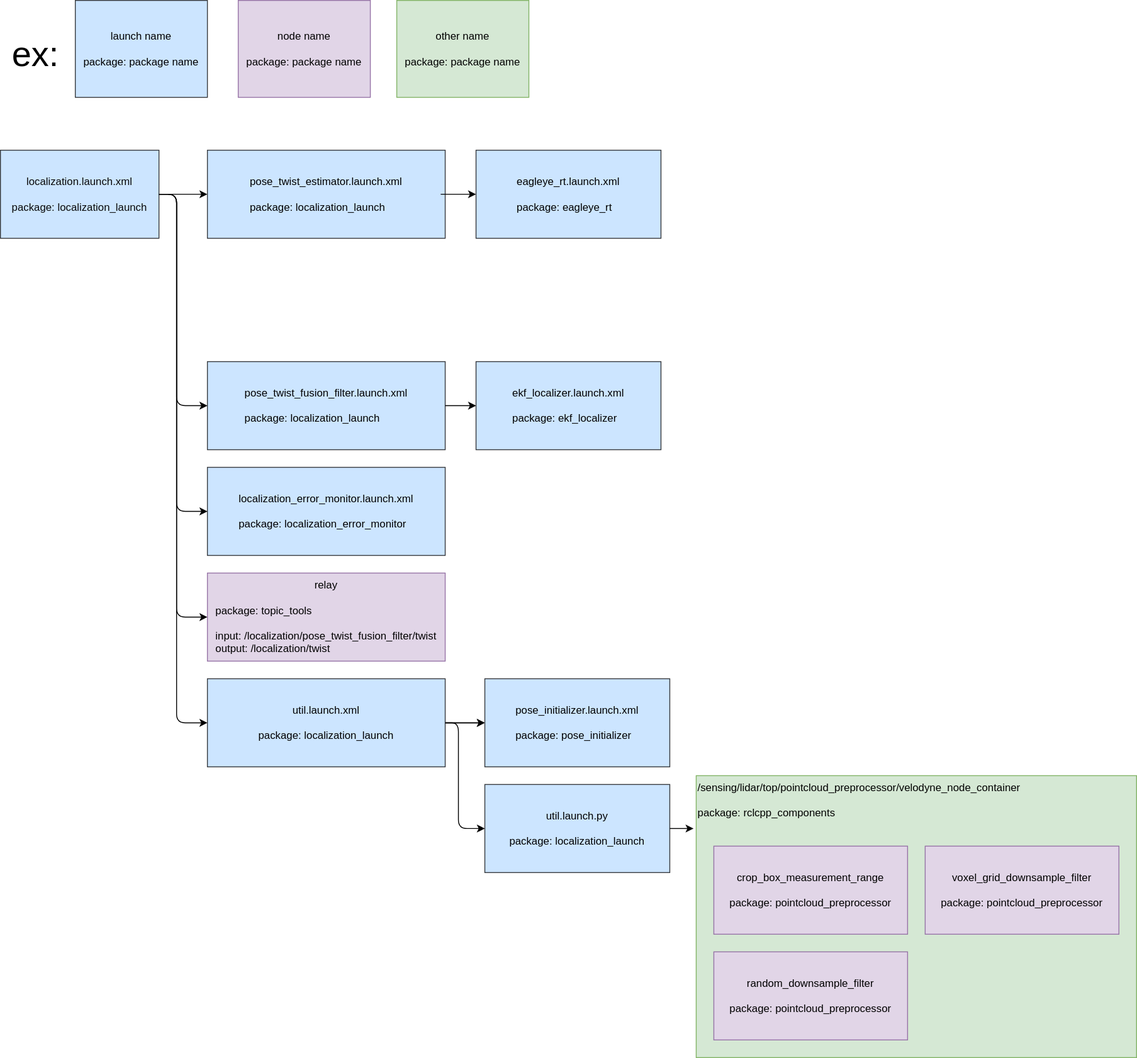
The draw.io diagram launch/map4_localization_launch/eagleye_pose_twist_localization_launch/localization_launch.drawio.svg in autowarefoundation/autoware.universe, before a commit. Source tidied: cells renumbered, new cells last; positions are measured from the earlier drawing's top-left corner, leaving out a move shared by most shapes. The source it was exported from:
```xml
<mxGraphModel>
  <root>
    <mxCell id="0" />
    <mxCell id="1" parent="0" />
    <mxCell id="2" value="/sensing/lidar/top/pointcloud_preprocessor/velodyne_node_container&lt;br&gt;&lt;br&gt;&lt;div&gt;&lt;span&gt;package: rclcpp_components&lt;/span&gt;&lt;/div&gt;" style="rounded=0;whiteSpace=wrap;html=1;fillColor=#d5e8d4;strokeColor=#82b366;fontColor=#000000;verticalAlign=top;align=left;" parent="1" vertex="1">
      <mxGeometry x="790" y="880" width="500" height="320" as="geometry" />
    </mxCell>
    <mxCell id="3" value="localization.launch.xml&lt;br&gt;&lt;br&gt;&lt;div&gt;&lt;span&gt;package: localization&lt;/span&gt;&lt;span&gt;_launch&lt;/span&gt;&lt;/div&gt;" style="rounded=0;whiteSpace=wrap;html=1;fillColor=#cce5ff;strokeColor=#36393d;fontColor=#0A0A0A;verticalAlign=middle;align=center;" parent="1" vertex="1">
      <mxGeometry y="170" width="180" height="100" as="geometry" />
    </mxCell>
    <mxCell id="4" style="edgeStyle=orthogonalEdgeStyle;rounded=0;jettySize=auto;html=1;" parent="1" edge="1" source="6" target="25">
      <mxGeometry relative="1" as="geometry" />
    </mxCell>
    <mxCell id="5" style="edgeStyle=orthogonalEdgeStyle;rounded=0;jettySize=auto;html=1;" parent="1" edge="1" source="6" target="25">
      <mxGeometry relative="1" as="geometry" />
    </mxCell>
    <mxCell id="6" value="util.launch.xml&lt;br&gt;&lt;br&gt;&lt;div style=&quot;text-align: left&quot;&gt;package: localization_launch&lt;/div&gt;" style="rounded=0;whiteSpace=wrap;html=1;fillColor=#cce5ff;strokeColor=#36393d;fontColor=#000000;" parent="1" vertex="1">
      <mxGeometry x="235" y="770" width="270" height="100" as="geometry" />
    </mxCell>
    <mxCell id="7" style="endArrow=classic;html=1;exitX=1;exitY=0.5;exitDx=0;exitDy=0;entryX=0;entryY=0.5;entryDx=0;entryDy=0;" parent="1" edge="1" source="3" target="6">
      <mxGeometry relative="1" as="geometry">
        <Array as="points">
          <mxPoint x="200" y="220" />
          <mxPoint x="200" y="820" />
        </Array>
      </mxGeometry>
    </mxCell>
    <mxCell id="8" style="endArrow=classic;html=1;exitX=1;exitY=0.5;exitDx=0;exitDy=0;entryX=0;entryY=0.5;entryDx=0;entryDy=0;" parent="1" edge="1" source="3" target="9">
      <mxGeometry relative="1" as="geometry">
        <Array as="points">
          <mxPoint x="200" y="220" />
        </Array>
      </mxGeometry>
    </mxCell>
    <mxCell id="9" value="pose_twist_estimator.launch.xml&lt;br&gt;&lt;br&gt;&lt;div style=&quot;text-align: left&quot;&gt;&lt;span&gt;package: localization_launch&lt;/span&gt;&lt;/div&gt;" style="rounded=0;whiteSpace=wrap;html=1;fillColor=#cce5ff;strokeColor=#36393d;fontColor=#000000;" parent="1" vertex="1">
      <mxGeometry x="235" y="170" width="270" height="100" as="geometry" />
    </mxCell>
    <mxCell id="10" style="edgeStyle=none;rounded=0;orthogonalLoop=1;jettySize=auto;html=1;entryX=1;entryY=0.5;entryDx=0;entryDy=0;" parent="1" edge="1">
      <mxGeometry relative="1" as="geometry">
        <mxPoint x="1200" y="605" as="sourcePoint" />
        <mxPoint x="1200" y="605" as="targetPoint" />
      </mxGeometry>
    </mxCell>
    <mxCell id="11" value="launch name&lt;br&gt;&lt;br&gt;&lt;div style=&quot;text-align: left&quot;&gt;&lt;span&gt;package: package name&lt;/span&gt;&lt;/div&gt;" style="rounded=0;whiteSpace=wrap;html=1;fillColor=#cce5ff;strokeColor=#36393d;fontColor=#000000;" parent="1" vertex="1">
      <mxGeometry x="85" width="150" height="110" as="geometry" />
    </mxCell>
    <mxCell id="12" value="ex:" style="text;html=1;strokeColor=none;fillColor=none;align=center;verticalAlign=middle;whiteSpace=wrap;rounded=0;fontSize=40;" parent="1" vertex="1">
      <mxGeometry x="20" y="50" width="40" height="20" as="geometry" />
    </mxCell>
    <mxCell id="13" value="node name&lt;br&gt;&lt;br&gt;&lt;div style=&quot;text-align: left&quot;&gt;&lt;span&gt;package: package name&lt;/span&gt;&lt;/div&gt;" style="rounded=0;whiteSpace=wrap;html=1;fillColor=#e1d5e7;strokeColor=#9673a6;fontColor=#000000;" parent="1" vertex="1">
      <mxGeometry x="270" width="150" height="110" as="geometry" />
    </mxCell>
    <mxCell id="14" value="other name&lt;br&gt;&lt;br&gt;&lt;div style=&quot;text-align: left&quot;&gt;&lt;span&gt;package: package name&lt;/span&gt;&lt;/div&gt;" style="rounded=0;whiteSpace=wrap;html=1;fillColor=#d5e8d4;strokeColor=#82b366;fontColor=#000000;" parent="1" vertex="1">
      <mxGeometry x="450" width="150" height="110" as="geometry" />
    </mxCell>
    <mxCell id="15" value="pose_twist_fusion_filter.launch.xml&lt;br&gt;&lt;br&gt;&lt;div style=&quot;text-align: left&quot;&gt;&lt;span&gt;package: localization_launch&lt;/span&gt;&lt;/div&gt;" style="rounded=0;whiteSpace=wrap;html=1;fillColor=#cce5ff;strokeColor=#36393d;fontColor=#000000;" parent="1" vertex="1">
      <mxGeometry x="235" y="410" width="270" height="100" as="geometry" />
    </mxCell>
    <mxCell id="16" style="endArrow=classic;html=1;exitX=1;exitY=0.5;exitDx=0;exitDy=0;entryX=0;entryY=0.5;entryDx=0;entryDy=0;" parent="1" edge="1" source="3" target="15">
      <mxGeometry relative="1" as="geometry">
        <Array as="points">
          <mxPoint x="200" y="220" />
          <mxPoint x="200" y="460" />
        </Array>
      </mxGeometry>
    </mxCell>
    <mxCell id="17" value="localization_error_monitor.launch.xml&lt;br&gt;&lt;br&gt;&lt;div style=&quot;text-align: left&quot;&gt;&lt;span&gt;package: localization_error_monitor&lt;/span&gt;&lt;/div&gt;" style="rounded=0;whiteSpace=wrap;html=1;fillColor=#cce5ff;strokeColor=#36393d;fontColor=#000000;" parent="1" vertex="1">
      <mxGeometry x="235" y="530" width="270" height="100" as="geometry" />
    </mxCell>
    <mxCell id="18" style="endArrow=classic;html=1;exitX=1;exitY=0.5;exitDx=0;exitDy=0;entryX=0;entryY=0.5;entryDx=0;entryDy=0;" parent="1" edge="1" source="3" target="17">
      <mxGeometry relative="1" as="geometry">
        <Array as="points">
          <mxPoint x="200" y="220" />
          <mxPoint x="200" y="580" />
        </Array>
      </mxGeometry>
    </mxCell>
    <mxCell id="19" value="relay&lt;br&gt;&lt;br&gt;&lt;div style=&quot;text-align: left&quot;&gt;&lt;span&gt;package: topic_tools&lt;/span&gt;&lt;/div&gt;&lt;div style=&quot;text-align: left&quot;&gt;&lt;span&gt;&lt;br&gt;&lt;/span&gt;&lt;/div&gt;&lt;div style=&quot;text-align: left&quot;&gt;&lt;span&gt;input: /localization/pose_twist_fusion_filter/twist&lt;/span&gt;&lt;/div&gt;&lt;div style=&quot;text-align: left&quot;&gt;&lt;span&gt;output: /localization/twist&lt;/span&gt;&lt;/div&gt;" style="rounded=0;whiteSpace=wrap;html=1;fillColor=#e1d5e7;strokeColor=#9673a6;fontColor=#000000;" parent="1" vertex="1">
      <mxGeometry x="235" y="650" width="270" height="100" as="geometry" />
    </mxCell>
    <mxCell id="20" style="endArrow=classic;html=1;exitX=1;exitY=0.5;exitDx=0;exitDy=0;entryX=0;entryY=0.5;entryDx=0;entryDy=0;" parent="1" edge="1" source="3" target="19">
      <mxGeometry relative="1" as="geometry">
        <Array as="points">
          <mxPoint x="200" y="220" />
          <mxPoint x="200" y="700" />
        </Array>
      </mxGeometry>
    </mxCell>
    <mxCell id="21" value="eagleye_rt.launch.xml&lt;br&gt;&lt;br&gt;&lt;div style=&quot;text-align: left&quot;&gt;&lt;span&gt;package: eagleye_rt&lt;/span&gt;&lt;/div&gt;" style="rounded=0;whiteSpace=wrap;html=1;fillColor=#cce5ff;strokeColor=#36393d;fontColor=#000000;" parent="1" vertex="1">
      <mxGeometry x="540" y="170" width="210" height="100" as="geometry" />
    </mxCell>
    <mxCell id="22" style="endArrow=classic;html=1;exitX=0.981;exitY=0.5;exitDx=0;exitDy=0;entryX=0;entryY=0.5;entryDx=0;entryDy=0;exitPerimeter=0;" parent="1" edge="1" source="9" target="21">
      <mxGeometry relative="1" as="geometry" />
    </mxCell>
    <mxCell id="23" value="ekf_localizer.launch.xml&lt;br&gt;&lt;br&gt;&lt;div style=&quot;text-align: left&quot;&gt;&lt;span&gt;package: ekf_localizer&lt;/span&gt;&lt;/div&gt;" style="rounded=0;whiteSpace=wrap;html=1;fillColor=#cce5ff;strokeColor=#36393d;fontColor=#000000;" parent="1" vertex="1">
      <mxGeometry x="540" y="410" width="210" height="100" as="geometry" />
    </mxCell>
    <mxCell id="24" style="edgeStyle=orthogonalEdgeStyle;rounded=0;jettySize=auto;html=1;exitX=1;exitY=0.5;exitDx=0;exitDy=0;" parent="1" edge="1" source="15" target="23">
      <mxGeometry relative="1" as="geometry" />
    </mxCell>
    <mxCell id="25" value="pose_initializer.launch.xml&lt;br&gt;&lt;br&gt;&lt;div style=&quot;text-align: left&quot;&gt;&lt;span&gt;package: pose_initializer&lt;/span&gt;&lt;/div&gt;" style="rounded=0;whiteSpace=wrap;html=1;fillColor=#cce5ff;strokeColor=#36393d;fontColor=#000000;" parent="1" vertex="1">
      <mxGeometry x="550" y="770" width="210" height="100" as="geometry" />
    </mxCell>
    <mxCell id="26" value="util.launch.py&lt;br&gt;&lt;br&gt;&lt;div style=&quot;text-align: left&quot;&gt;&lt;span&gt;package: localization_launch&lt;/span&gt;&lt;/div&gt;" style="rounded=0;whiteSpace=wrap;html=1;fillColor=#cce5ff;strokeColor=#36393d;fontColor=#000000;" parent="1" vertex="1">
      <mxGeometry x="550" y="890" width="210" height="100" as="geometry" />
    </mxCell>
    <mxCell id="27" style="endArrow=classic;html=1;exitX=1;exitY=0.5;exitDx=0;exitDy=0;entryX=0;entryY=0.5;entryDx=0;entryDy=0;" parent="1" edge="1" source="6" target="26">
      <mxGeometry relative="1" as="geometry">
        <Array as="points">
          <mxPoint x="520" y="820" />
          <mxPoint x="520" y="940" />
        </Array>
      </mxGeometry>
    </mxCell>
    <mxCell id="28" value="crop_box_measurement_range&lt;br&gt;&lt;br&gt;&lt;div style=&quot;text-align: left&quot;&gt;&lt;span&gt;package: pointcloud_preprocessor&lt;/span&gt;&lt;/div&gt;" style="rounded=0;whiteSpace=wrap;html=1;fillColor=#e1d5e7;strokeColor=#9673a6;fontColor=#000000;" parent="1" vertex="1">
      <mxGeometry x="810" y="960" width="220" height="100" as="geometry" />
    </mxCell>
    <mxCell id="29" value="voxel_grid_downsample_filter&lt;br&gt;&lt;br&gt;&lt;div style=&quot;text-align: left&quot;&gt;&lt;span&gt;package: pointcloud_preprocessor&lt;/span&gt;&lt;/div&gt;" style="rounded=0;whiteSpace=wrap;html=1;fillColor=#e1d5e7;strokeColor=#9673a6;fontColor=#000000;" parent="1" vertex="1">
      <mxGeometry x="1050" y="960" width="220" height="100" as="geometry" />
    </mxCell>
    <mxCell id="30" value="random_downsample_filter&lt;br&gt;&lt;br&gt;&lt;div style=&quot;text-align: left&quot;&gt;&lt;span&gt;package: pointcloud_preprocessor&lt;/span&gt;&lt;/div&gt;" style="rounded=0;whiteSpace=wrap;html=1;fillColor=#e1d5e7;strokeColor=#9673a6;fontColor=#000000;" parent="1" vertex="1">
      <mxGeometry x="810" y="1080" width="220" height="100" as="geometry" />
    </mxCell>
    <mxCell id="31" style="edgeStyle=orthogonalEdgeStyle;rounded=0;jettySize=auto;html=1;exitX=1;exitY=0.5;exitDx=0;exitDy=0;" parent="1" edge="1" source="26">
      <mxGeometry relative="1" as="geometry">
        <mxPoint x="787" y="940" as="targetPoint" />
      </mxGeometry>
    </mxCell>
  </root>
</mxGraphModel>
```
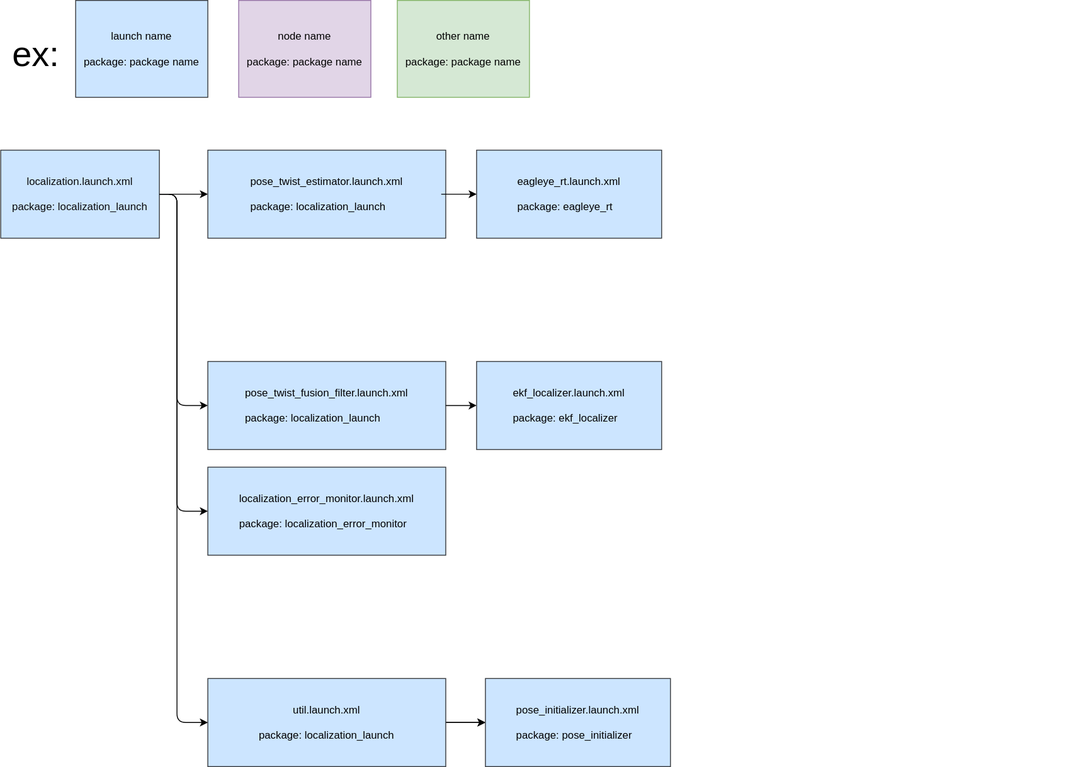
The same diagram one commit later.

Change to the diagram source:
```diff
@@ -2,9 +2,6 @@
   <root>
     <mxCell id="0" />
     <mxCell id="1" parent="0" />
-    <mxCell id="2" value="/sensing/lidar/top/pointcloud_preprocessor/velodyne_node_container&lt;br&gt;&lt;br&gt;&lt;div&gt;&lt;span&gt;package: rclcpp_components&lt;/span&gt;&lt;/div&gt;" style="rounded=0;whiteSpace=wrap;html=1;fillColor=#d5e8d4;strokeColor=#82b366;fontColor=#000000;verticalAlign=top;align=left;" parent="1" vertex="1">
-      <mxGeometry x="790" y="880" width="500" height="320" as="geometry" />
-    </mxCell>
     <mxCell id="3" value="localization.launch.xml&lt;br&gt;&lt;br&gt;&lt;div&gt;&lt;span&gt;package: localization&lt;/span&gt;&lt;span&gt;_launch&lt;/span&gt;&lt;/div&gt;" style="rounded=0;whiteSpace=wrap;html=1;fillColor=#cce5ff;strokeColor=#36393d;fontColor=#0A0A0A;verticalAlign=middle;align=center;" parent="1" vertex="1">
       <mxGeometry y="170" width="180" height="100" as="geometry" />
     </mxCell>
@@ -75,17 +72,6 @@
         </Array>
       </mxGeometry>
     </mxCell>
-    <mxCell id="19" value="relay&lt;br&gt;&lt;br&gt;&lt;div style=&quot;text-align: left&quot;&gt;&lt;span&gt;package: topic_tools&lt;/span&gt;&lt;/div&gt;&lt;div style=&quot;text-align: left&quot;&gt;&lt;span&gt;&lt;br&gt;&lt;/span&gt;&lt;/div&gt;&lt;div style=&quot;text-align: left&quot;&gt;&lt;span&gt;input: /localization/pose_twist_fusion_filter/twist&lt;/span&gt;&lt;/div&gt;&lt;div style=&quot;text-align: left&quot;&gt;&lt;span&gt;output: /localization/twist&lt;/span&gt;&lt;/div&gt;" style="rounded=0;whiteSpace=wrap;html=1;fillColor=#e1d5e7;strokeColor=#9673a6;fontColor=#000000;" parent="1" vertex="1">
-      <mxGeometry x="235" y="650" width="270" height="100" as="geometry" />
-    </mxCell>
-    <mxCell id="20" style="endArrow=classic;html=1;exitX=1;exitY=0.5;exitDx=0;exitDy=0;entryX=0;entryY=0.5;entryDx=0;entryDy=0;" parent="1" edge="1" source="3" target="19">
-      <mxGeometry relative="1" as="geometry">
-        <Array as="points">
-          <mxPoint x="200" y="220" />
-          <mxPoint x="200" y="700" />
-        </Array>
-      </mxGeometry>
-    </mxCell>
     <mxCell id="21" value="eagleye_rt.launch.xml&lt;br&gt;&lt;br&gt;&lt;div style=&quot;text-align: left&quot;&gt;&lt;span&gt;package: eagleye_rt&lt;/span&gt;&lt;/div&gt;" style="rounded=0;whiteSpace=wrap;html=1;fillColor=#cce5ff;strokeColor=#36393d;fontColor=#000000;" parent="1" vertex="1">
       <mxGeometry x="540" y="170" width="210" height="100" as="geometry" />
     </mxCell>
@@ -101,30 +87,5 @@
     <mxCell id="25" value="pose_initializer.launch.xml&lt;br&gt;&lt;br&gt;&lt;div style=&quot;text-align: left&quot;&gt;&lt;span&gt;package: pose_initializer&lt;/span&gt;&lt;/div&gt;" style="rounded=0;whiteSpace=wrap;html=1;fillColor=#cce5ff;strokeColor=#36393d;fontColor=#000000;" parent="1" vertex="1">
       <mxGeometry x="550" y="770" width="210" height="100" as="geometry" />
     </mxCell>
-    <mxCell id="26" value="util.launch.py&lt;br&gt;&lt;br&gt;&lt;div style=&quot;text-align: left&quot;&gt;&lt;span&gt;package: localization_launch&lt;/span&gt;&lt;/div&gt;" style="rounded=0;whiteSpace=wrap;html=1;fillColor=#cce5ff;strokeColor=#36393d;fontColor=#000000;" parent="1" vertex="1">
-      <mxGeometry x="550" y="890" width="210" height="100" as="geometry" />
-    </mxCell>
-    <mxCell id="27" style="endArrow=classic;html=1;exitX=1;exitY=0.5;exitDx=0;exitDy=0;entryX=0;entryY=0.5;entryDx=0;entryDy=0;" parent="1" edge="1" source="6" target="26">
-      <mxGeometry relative="1" as="geometry">
-        <Array as="points">
-          <mxPoint x="520" y="820" />
-          <mxPoint x="520" y="940" />
-        </Array>
-      </mxGeometry>
-    </mxCell>
-    <mxCell id="28" value="crop_box_measurement_range&lt;br&gt;&lt;br&gt;&lt;div style=&quot;text-align: left&quot;&gt;&lt;span&gt;package: pointcloud_preprocessor&lt;/span&gt;&lt;/div&gt;" style="rounded=0;whiteSpace=wrap;html=1;fillColor=#e1d5e7;strokeColor=#9673a6;fontColor=#000000;" parent="1" vertex="1">
-      <mxGeometry x="810" y="960" width="220" height="100" as="geometry" />
-    </mxCell>
-    <mxCell id="29" value="voxel_grid_downsample_filter&lt;br&gt;&lt;br&gt;&lt;div style=&quot;text-align: left&quot;&gt;&lt;span&gt;package: pointcloud_preprocessor&lt;/span&gt;&lt;/div&gt;" style="rounded=0;whiteSpace=wrap;html=1;fillColor=#e1d5e7;strokeColor=#9673a6;fontColor=#000000;" parent="1" vertex="1">
-      <mxGeometry x="1050" y="960" width="220" height="100" as="geometry" />
-    </mxCell>
-    <mxCell id="30" value="random_downsample_filter&lt;br&gt;&lt;br&gt;&lt;div style=&quot;text-align: left&quot;&gt;&lt;span&gt;package: pointcloud_preprocessor&lt;/span&gt;&lt;/div&gt;" style="rounded=0;whiteSpace=wrap;html=1;fillColor=#e1d5e7;strokeColor=#9673a6;fontColor=#000000;" parent="1" vertex="1">
-      <mxGeometry x="810" y="1080" width="220" height="100" as="geometry" />
-    </mxCell>
-    <mxCell id="31" style="edgeStyle=orthogonalEdgeStyle;rounded=0;jettySize=auto;html=1;exitX=1;exitY=0.5;exitDx=0;exitDy=0;" parent="1" edge="1" source="26">
-      <mxGeometry relative="1" as="geometry">
-        <mxPoint x="787" y="940" as="targetPoint" />
-      </mxGeometry>
-    </mxCell>
   </root>
 </mxGraphModel>
```
